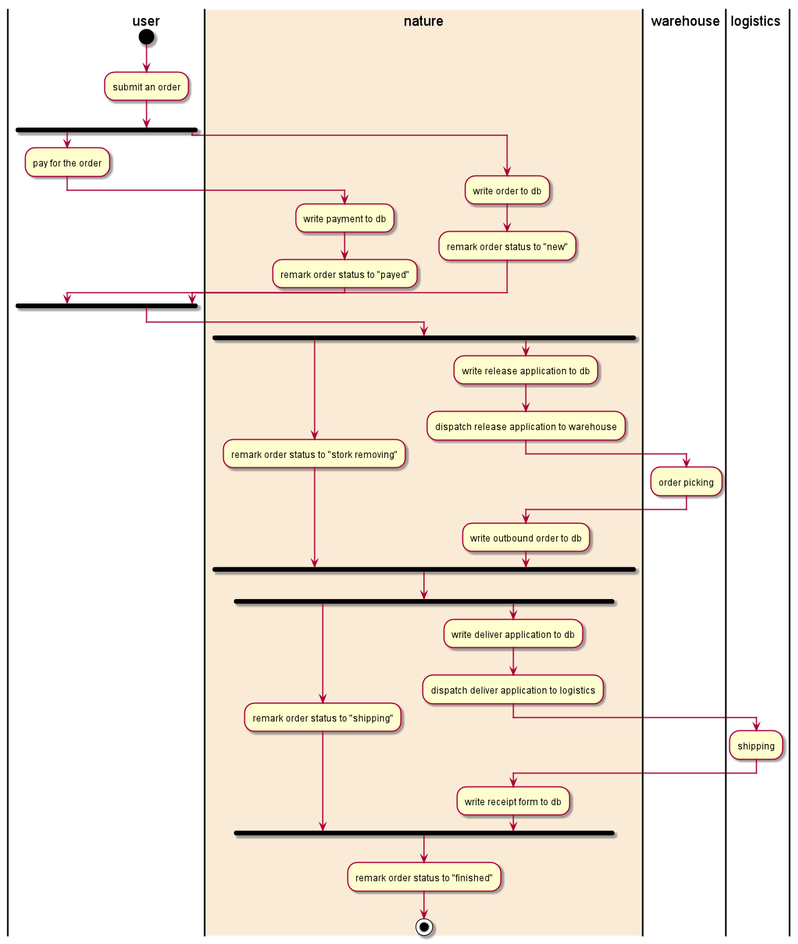
This is doc/help/demo/processing_flow.png from llxxbb/Nature, a PlantUML export, as it was before one commit. The source it was exported from:
```plantuml
@startuml
|user|
start
:submit an order;
fork
    :pay for the order;
    |nature|
    :write payment to db;
    :remark order status to "payed";
fork again
    |#AntiqueWhite|nature|
    :write order to db;
    :remark order status to "new";
end fork
|nature|
fork
:remark order status to "stork removing";
fork again
:write release application to db;
:dispatch release application to warehouse;
|warehouse|
:order picking;
|nature|
:write outbound order to db;
end fork
fork
:remark order status to "shipping";
fork again
:write deliver application to db;
:dispatch deliver application to logistics;
|logistics|
:shipping;
|nature|
:write receipt form to db;
end fork
:remark order status to "finished";
stop
@enduml
```
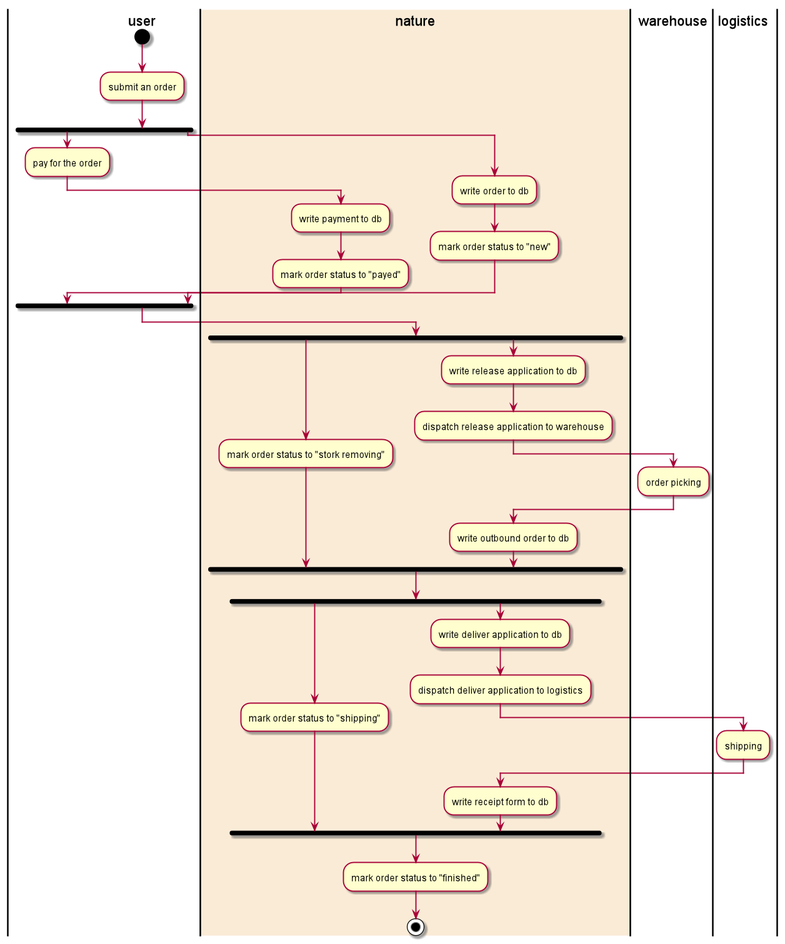
After the commit.

What changed in the source:
```diff
@@ -6,15 +6,15 @@
     :pay for the order;
     |nature|
     :write payment to db;
-    :remark order status to "payed";
+    :mark order status to "payed";
 fork again
     |#AntiqueWhite|nature|
     :write order to db;
-    :remark order status to "new";
+    :mark order status to "new";
 end fork
 |nature|
 fork
-:remark order status to "stork removing";
+:mark order status to "stork removing";
 fork again
 :write release application to db;
 :dispatch release application to warehouse;
@@ -24,7 +24,7 @@
 :write outbound order to db;
 end fork
 fork
-:remark order status to "shipping";
+:mark order status to "shipping";
 fork again
 :write deliver application to db;
 :dispatch deliver application to logistics;
@@ -33,6 +33,6 @@
 |nature|
 :write receipt form to db;
 end fork
-:remark order status to "finished";
+:mark order status to "finished";
 stop
 @enduml
```
